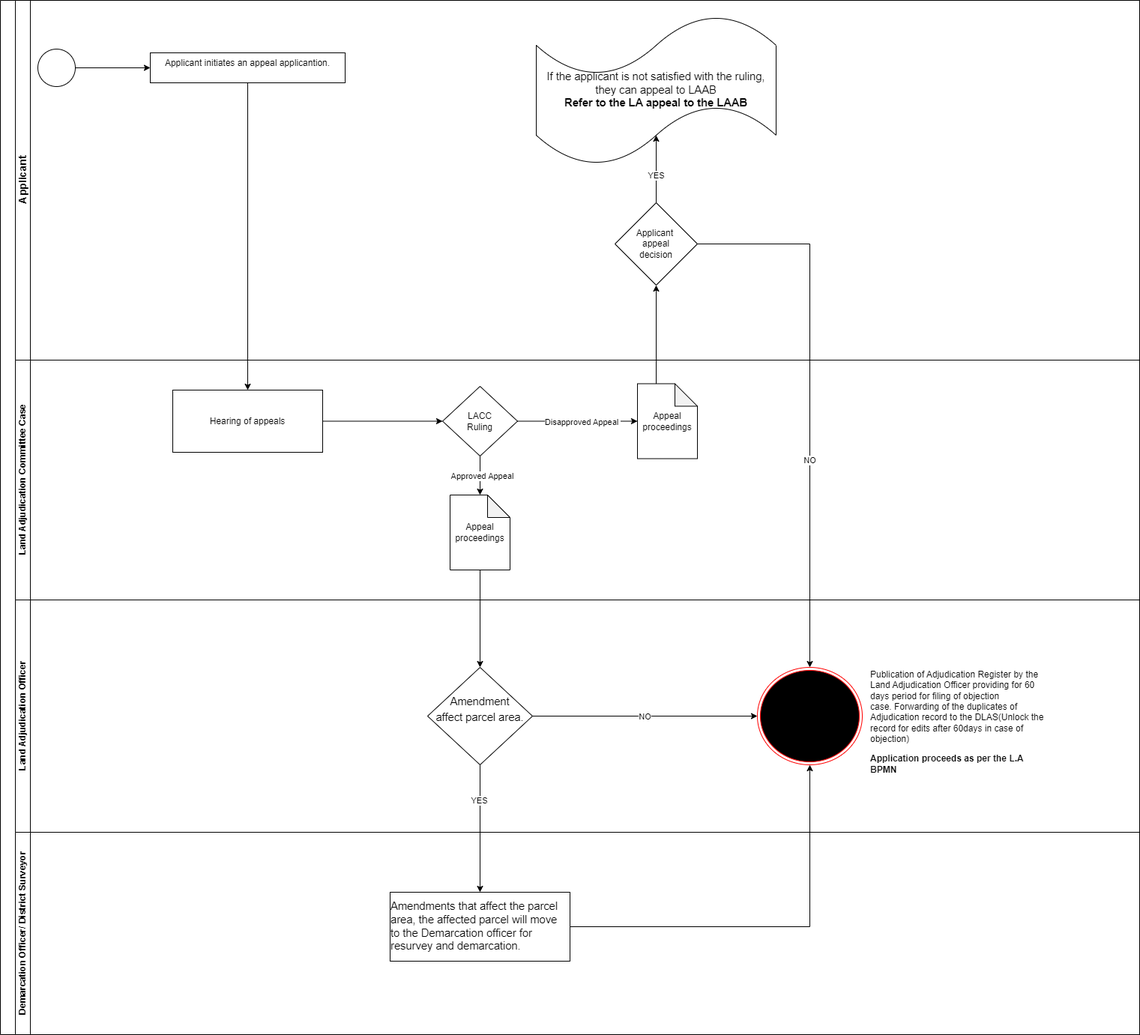
The draw.io diagram Land Adjudication Appeal to the LACC.drawio.png in geoprojectke/BPMN, before a commit. Source tidied: cells renumbered, new cells last; positions are measured from the earlier drawing's top-left corner, leaving out a move shared by most shapes.
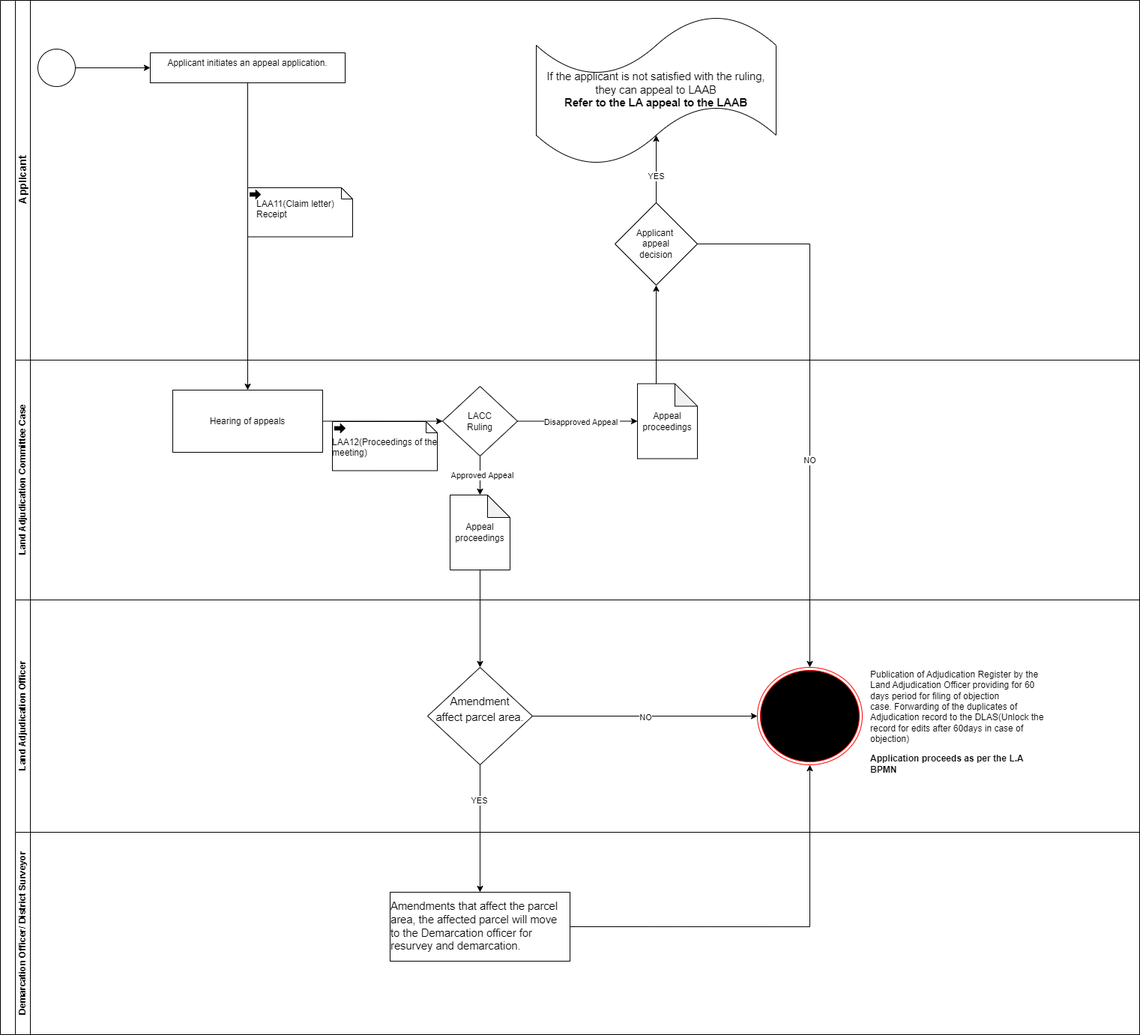
Above is the later version.

The edit, as a diff of the source:
```diff
@@ -14,7 +14,7 @@
     <mxCell id="5" style="points=[[0.145,0.145,0],[0.5,0,0],[0.855,0.145,0],[1,0.5,0],[0.855,0.855,0],[0.5,1,0],[0.145,0.855,0],[0,0.5,0]];shape=mxgraph.bpmn.event;html=1;verticalLabelPosition=bottom;labelBackgroundColor=#ffffff;verticalAlign=top;align=center;perimeter=ellipsePerimeter;outlineConnect=0;outline=standard;symbol=general;" parent="3" vertex="1">
       <mxGeometry x="30" y="65" width="50" height="50" as="geometry" />
     </mxCell>
-    <mxCell id="6" value="&lt;div style=&quot;&quot;&gt;&lt;span style=&quot;background-color: initial;&quot;&gt;Applicant initiates an appeal applicantion.&lt;/span&gt;&lt;/div&gt;" style="whiteSpace=wrap;html=1;verticalAlign=top;align=center;" parent="3" vertex="1">
+    <mxCell id="6" value="&lt;div style=&quot;&quot;&gt;&lt;span style=&quot;background-color: initial;&quot;&gt;Applicant initiates an appeal application.&lt;/span&gt;&lt;/div&gt;" style="whiteSpace=wrap;html=1;verticalAlign=top;align=center;" parent="3" vertex="1">
       <mxGeometry x="180" y="70" width="260" height="40" as="geometry" />
     </mxCell>
     <mxCell id="7" value="&lt;span id=&quot;docs-internal-guid-db0c2f5f-7fff-f415-b782-565040d1eb2e&quot;&gt;&lt;span style=&quot;font-size: 11pt; font-family: Arial, sans-serif; background-color: transparent; font-variant-numeric: normal; font-variant-east-asian: normal; font-variant-alternates: normal; font-variant-position: normal; vertical-align: baseline; white-space-collapse: preserve;&quot;&gt;If the applicant is not satisfied with the ruling, they can appeal to LAAB&lt;/span&gt;&lt;/span&gt;&lt;div&gt;&lt;span&gt;&lt;span style=&quot;font-size: 11pt; font-family: Arial, sans-serif; background-color: transparent; font-variant-numeric: normal; font-variant-east-asian: normal; font-variant-alternates: normal; font-variant-position: normal; vertical-align: baseline; white-space-collapse: preserve;&quot;&gt;&lt;b&gt;Refer to the LA appeal to the LAAB&lt;/b&gt;&lt;/span&gt;&lt;/span&gt;&lt;/div&gt;" style="shape=tape;whiteSpace=wrap;html=1;" parent="3" vertex="1">
@@ -29,6 +29,12 @@
     <mxCell id="10" value="YES" style="edgeLabel;html=1;align=center;verticalAlign=middle;" parent="9" vertex="1">
       <mxGeometry x="-0.18" y="1" relative="1" as="geometry" />
     </mxCell>
+    <mxCell id="40" style="shape=mxgraph.bpmn.data;labelPosition=center;verticalLabelPosition=bottom;align=center;verticalAlign=top;size=15;html=1;bpmnTransferType=output;fillColor=none;" parent="3" vertex="1">
+      <mxGeometry x="310" y="250" width="140" height="65.5" as="geometry" />
+    </mxCell>
+    <mxCell id="41" value="LAA11(Claim letter)&#10;Receipt" style="text;whiteSpace=wrap;html=1;" parent="3" vertex="1">
+      <mxGeometry x="320" y="257.8" width="140" height="50" as="geometry" />
+    </mxCell>
     <mxCell id="11" value="Land Adjudication Committee Case" style="swimlane;html=1;startSize=20;horizontal=0;" parent="2" vertex="1">
       <mxGeometry x="20" y="480" width="1500" height="320" as="geometry" />
     </mxCell>
@@ -59,6 +65,12 @@
     <mxCell id="20" value="Approved Appeal" style="edgeLabel;html=1;align=center;verticalAlign=middle;" parent="19" vertex="1">
       <mxGeometry x="0.01" y="2" relative="1" as="geometry" />
     </mxCell>
+    <mxCell id="42" style="shape=mxgraph.bpmn.data;labelPosition=center;verticalLabelPosition=bottom;align=center;verticalAlign=top;size=15;html=1;bpmnTransferType=output;fillColor=none;" parent="11" vertex="1">
+      <mxGeometry x="423" y="82" width="140" height="65.5" as="geometry" />
+    </mxCell>
+    <mxCell id="43" value="LAA12(Proceedings of the&#10; meeting)" style="text;whiteSpace=wrap;html=1;" parent="11" vertex="1">
+      <mxGeometry x="421" y="95.5" width="170" height="50" as="geometry" />
+    </mxCell>
     <mxCell id="21" value="Land Adjudication Officer" style="swimlane;html=1;startSize=20;horizontal=0;gradientColor=none;swimlaneFillColor=none;" parent="2" vertex="1">
       <mxGeometry x="20" y="800" width="1500" height="310" as="geometry" />
     </mxCell>
```
